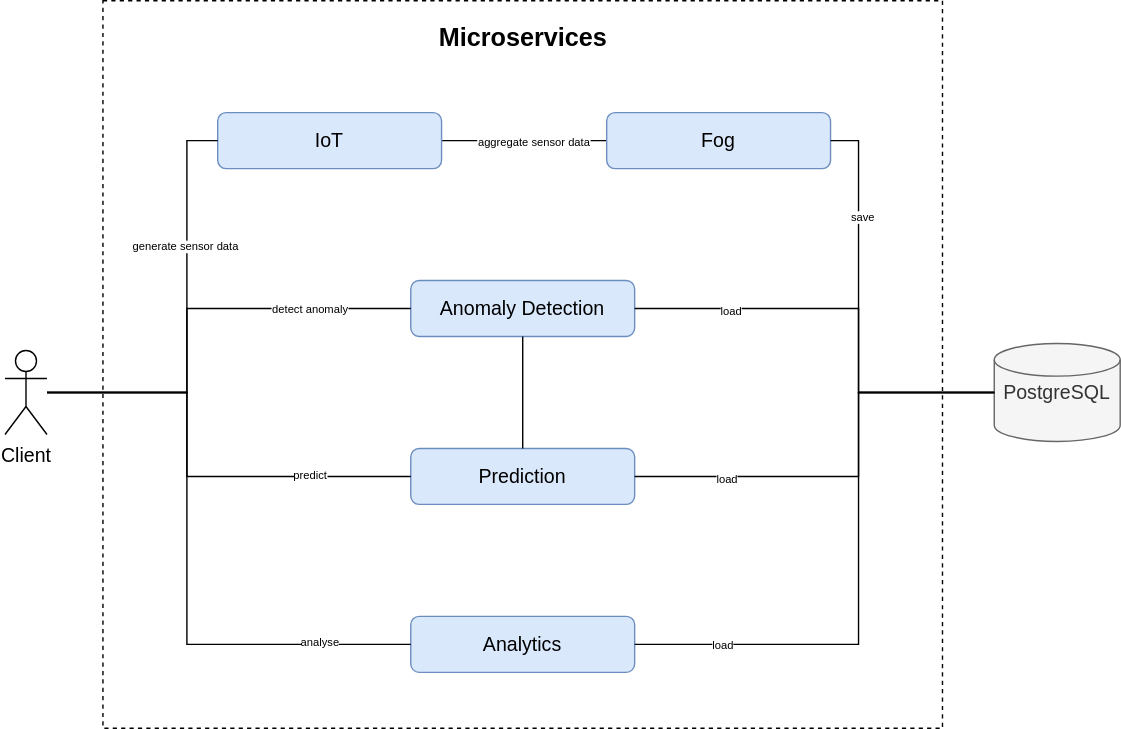
akbotik/service-meshes-like-Istio keeps this draw.io diagram as diagrams/system_architecture.svg. Above is the earlier version. Source tidied: cells renumbered, new cells last; positions are measured from the earlier drawing's top-left corner, leaving out a move shared by most shapes.
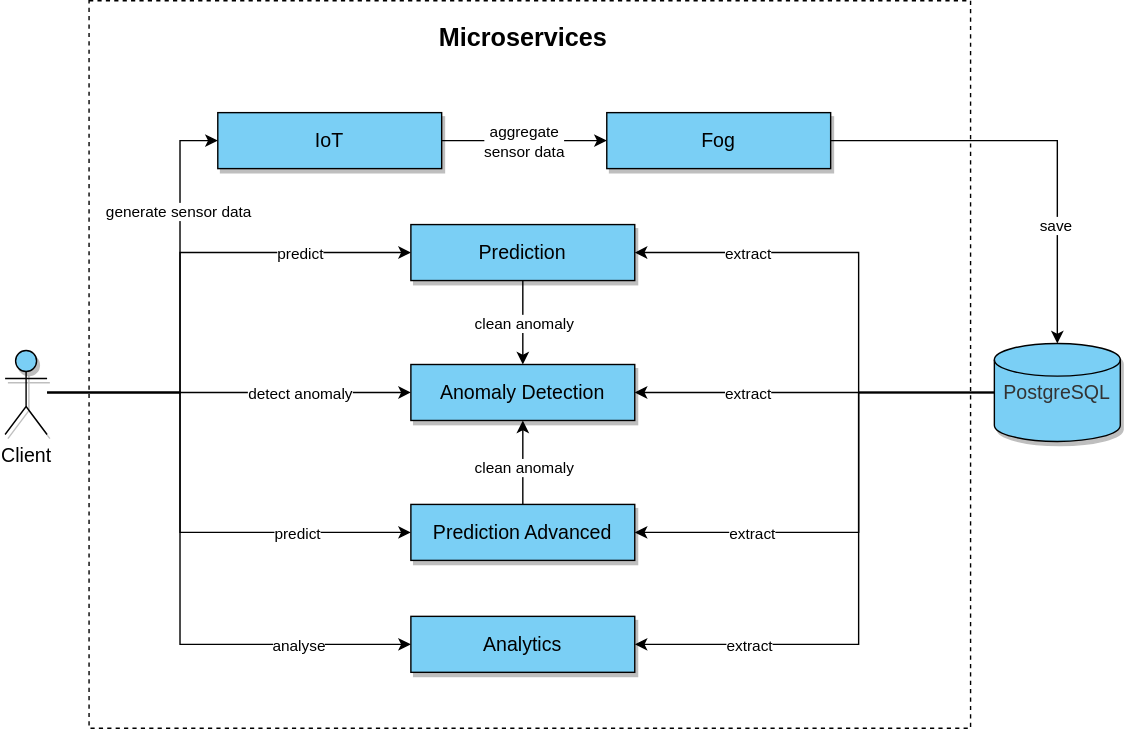
The same file after the commit.

Commit message:
Add system architecture

Diff of the diagram source:
```diff
@@ -3,137 +3,186 @@
     <mxCell id="0" />
     <mxCell id="1" parent="0" />
     <mxCell id="2" style="rounded=0;whiteSpace=wrap;html=1;fontSize=12;strokeWidth=1;fillColor=none;dashed=1;glass=0;" parent="1" vertex="1">
-      <mxGeometry x="70" width="600" height="520" as="geometry" />
+      <mxGeometry x="60" width="630" height="520" as="geometry" />
     </mxCell>
-    <mxCell id="3" value="&lt;span style=&quot;text-indent: -24px; font-size: 14px;&quot;&gt;&lt;font style=&quot;font-size: 14px;&quot;&gt;PostgreSQL&lt;/font&gt;&lt;/span&gt;" style="strokeWidth=1;html=1;shape=mxgraph.flowchart.database;whiteSpace=wrap;align=center;fillColor=#f5f5f5;fontColor=#333333;strokeColor=#666666;fontSize=14;" parent="1" vertex="1">
+    <mxCell id="3" value="&lt;span style=&quot;text-indent: -24px; font-size: 14px;&quot;&gt;&lt;font style=&quot;font-size: 14px;&quot;&gt;PostgreSQL&lt;/font&gt;&lt;/span&gt;" style="strokeWidth=1;html=1;shape=mxgraph.flowchart.database;whiteSpace=wrap;align=center;fillColor=#7ACFF5;fontColor=#333333;strokeColor=#000000;fontSize=14;shadow=1;" parent="1" vertex="1">
       <mxGeometry x="707" y="245" width="90" height="70" as="geometry" />
     </mxCell>
-    <mxCell id="4" value="Client" style="shape=umlActor;verticalLabelPosition=bottom;verticalAlign=top;html=1;outlineConnect=0;fontSize=14;" parent="1" vertex="1">
+    <mxCell id="4" value="Client" style="shape=umlActor;verticalLabelPosition=bottom;verticalAlign=top;html=1;outlineConnect=0;fontSize=14;fillColor=#7ACFF5;shadow=1;" parent="1" vertex="1">
       <mxGeometry y="250" width="30" height="60" as="geometry" />
     </mxCell>
-    <mxCell id="5" style="edgeStyle=orthogonalEdgeStyle;rounded=0;jettySize=auto;html=1;endArrow=none;endFill=0;" parent="1" edge="1" source="7" target="8">
+    <mxCell id="5" style="edgeStyle=orthogonalEdgeStyle;rounded=0;jettySize=auto;html=1;endArrow=classic;endFill=1;" parent="1" edge="1" source="7" target="8">
       <mxGeometry relative="1" as="geometry" />
     </mxCell>
-    <mxCell id="6" value="aggregate sensor data" style="edgeLabel;html=1;align=center;verticalAlign=middle;fontSize=8;fontColor=#000000;" parent="5" vertex="1">
+    <mxCell id="6" value="aggregate &lt;br&gt;sensor data" style="edgeLabel;html=1;align=center;verticalAlign=middle;fontSize=11;fontColor=#000000;" parent="5" vertex="1">
       <mxGeometry x="0.31" y="-1" relative="1" as="geometry">
-        <mxPoint x="-12" y="-1" as="offset" />
+        <mxPoint x="-19" y="-1" as="offset" />
       </mxGeometry>
     </mxCell>
-    <mxCell id="7" value="IoT" style="rounded=1;whiteSpace=wrap;html=1;fillColor=#dae8fc;strokeColor=#6c8ebf;fontSize=14;" parent="1" vertex="1">
+    <mxCell id="7" value="IoT" style="rounded=0;whiteSpace=wrap;html=1;fontSize=14;labelBackgroundColor=none;glass=0;shadow=1;fillColor=#7ACFF5;" parent="1" vertex="1">
       <mxGeometry x="152" y="80" width="160" height="40" as="geometry" />
     </mxCell>
-    <mxCell id="8" value="Fog" style="rounded=1;whiteSpace=wrap;html=1;fillColor=#dae8fc;strokeColor=#6c8ebf;fontSize=14;" parent="1" vertex="1">
+    <mxCell id="8" value="Fog" style="rounded=0;whiteSpace=wrap;html=1;fontSize=14;shadow=1;sketch=0;fillColor=#7ACFF5;" parent="1" vertex="1">
       <mxGeometry x="430" y="80" width="160" height="40" as="geometry" />
     </mxCell>
-    <mxCell id="9" style="endArrow=none;html=1;rounded=0;entryX=0;entryY=0.5;entryDx=0;entryDy=0;endFill=0;" parent="1" edge="1" source="4" target="7">
+    <mxCell id="9" style="endArrow=classic;html=1;rounded=0;entryX=0;entryY=0.5;entryDx=0;entryDy=0;endFill=1;startArrow=none;startFill=0;" parent="1" edge="1" source="4" target="7">
       <mxGeometry relative="1" as="geometry">
         <Array as="points">
-          <mxPoint x="130" y="280" />
-          <mxPoint x="130" y="100" />
+          <mxPoint x="125" y="280" />
+          <mxPoint x="125" y="100" />
         </Array>
       </mxGeometry>
     </mxCell>
-    <mxCell id="10" value="generate sensor data" style="edgeLabel;html=1;align=center;verticalAlign=middle;fontSize=8;fontColor=#000000;rotation=0;" parent="9" vertex="1">
-      <mxGeometry x="0.36" y="2" relative="1" as="geometry" />
+    <mxCell id="10" value="generate sensor data" style="edgeLabel;html=1;align=center;verticalAlign=middle;fontSize=11;fontColor=#000000;rotation=0;" parent="9" vertex="1">
+      <mxGeometry x="0.36" y="2" relative="1" as="geometry">
+        <mxPoint y="-20" as="offset" />
+      </mxGeometry>
     </mxCell>
-    <mxCell id="11" value="&lt;span lang=&quot;EN-US&quot; style=&quot;line-height: 107%; font-size: 14px;&quot;&gt;&lt;font style=&quot;font-size: 14px;&quot;&gt;Analytics&lt;/font&gt;&lt;/span&gt;" style="rounded=1;whiteSpace=wrap;html=1;fillColor=#dae8fc;strokeColor=#6c8ebf;fontSize=14;" parent="1" vertex="1">
+    <mxCell id="11" value="&lt;span lang=&quot;EN-US&quot; style=&quot;line-height: 107%; font-size: 14px;&quot;&gt;&lt;font style=&quot;font-size: 14px;&quot;&gt;Analytics&lt;/font&gt;&lt;/span&gt;" style="rounded=0;whiteSpace=wrap;html=1;fontSize=14;shadow=1;fillColor=#7ACFF5;" parent="1" vertex="1">
       <mxGeometry x="290" y="440" width="160" height="40" as="geometry" />
     </mxCell>
-    <mxCell id="12" value="&lt;span lang=&quot;EN-US&quot; style=&quot;font-size: 14px; line-height: 107%;&quot;&gt;Prediction&lt;/span&gt;" style="rounded=1;whiteSpace=wrap;html=1;fontSize=14;fillColor=#dae8fc;strokeColor=#6c8ebf;" parent="1" vertex="1">
-      <mxGeometry x="290" y="320" width="160" height="40" as="geometry" />
+    <mxCell id="12" value="&lt;span lang=&quot;EN-US&quot; style=&quot;font-size: 14px; line-height: 107%;&quot;&gt;Prediction&lt;/span&gt;" style="rounded=0;whiteSpace=wrap;html=1;fontSize=14;shadow=1;fillColor=#7ACFF5;" parent="1" vertex="1">
+      <mxGeometry x="290" y="160" width="160" height="40" as="geometry" />
     </mxCell>
-    <mxCell id="13" style="endArrow=none;html=1;rounded=0;entryX=0;entryY=0.5;entryDx=0;entryDy=0;endFill=0;" parent="1" edge="1" source="4" target="11">
+    <mxCell id="13" style="endArrow=classic;html=1;rounded=0;entryX=0;entryY=0.5;entryDx=0;entryDy=0;endFill=1;" parent="1" edge="1" source="4" target="11">
       <mxGeometry relative="1" as="geometry">
         <Array as="points">
-          <mxPoint x="130" y="280" />
-          <mxPoint x="130" y="460" />
+          <mxPoint x="125" y="280" />
+          <mxPoint x="125" y="460" />
         </Array>
       </mxGeometry>
     </mxCell>
-    <mxCell id="14" value="analyse" style="edgeLabel;html=1;align=center;verticalAlign=middle;fontSize=8;fontColor=#000000;" parent="13" vertex="1">
-      <mxGeometry x="0.7" y="2" relative="1" as="geometry" />
+    <mxCell id="14" value="analyse" style="edgeLabel;html=1;align=center;verticalAlign=middle;fontSize=11;fontColor=#000000;" parent="13" vertex="1">
+      <mxGeometry x="0.7" y="2" relative="1" as="geometry">
+        <mxPoint x="-15" y="2" as="offset" />
+      </mxGeometry>
     </mxCell>
-    <mxCell id="15" style="endArrow=none;html=1;rounded=0;entryX=0;entryY=0.5;entryDx=0;entryDy=0;endFill=0;" parent="1" edge="1" source="4" target="12">
+    <mxCell id="15" style="endArrow=classic;html=1;rounded=0;entryX=0;entryY=0.5;entryDx=0;entryDy=0;endFill=1;" parent="1" edge="1" source="4" target="12">
       <mxGeometry relative="1" as="geometry">
         <Array as="points">
-          <mxPoint x="130" y="280" />
-          <mxPoint x="130" y="340" />
+          <mxPoint x="125" y="280" />
+          <mxPoint x="125" y="180" />
         </Array>
       </mxGeometry>
     </mxCell>
-    <mxCell id="16" value="predict" style="edgeLabel;html=1;align=center;verticalAlign=middle;fontSize=8;fontColor=#000000;" parent="15" vertex="1">
-      <mxGeometry x="0.54" y="2" relative="1" as="geometry" />
+    <mxCell id="16" value="predict" style="edgeLabel;html=1;align=center;verticalAlign=middle;fontSize=11;fontColor=#000000;" parent="15" vertex="1">
+      <mxGeometry x="0.54" y="2" relative="1" as="geometry">
+        <mxPoint x="2" y="2" as="offset" />
+      </mxGeometry>
     </mxCell>
-    <mxCell id="17" style="endArrow=none;html=1;rounded=0;fontSize=14;exitX=1;exitY=0.5;exitDx=0;exitDy=0;endFill=0;" parent="1" edge="1" source="8" target="3">
+    <mxCell id="17" style="endArrow=classic;html=1;rounded=0;fontSize=14;exitX=1;exitY=0.5;exitDx=0;exitDy=0;endFill=1;" parent="1" edge="1" source="8" target="3">
       <mxGeometry relative="1" as="geometry">
         <Array as="points">
           <mxPoint x="610" y="100" />
-          <mxPoint x="610" y="280" />
+          <mxPoint x="752" y="100" />
         </Array>
       </mxGeometry>
     </mxCell>
-    <mxCell id="18" value="save" style="edgeLabel;html=1;align=center;verticalAlign=middle;fontSize=8;fontColor=#000000;rotation=0;" parent="17" vertex="1">
+    <mxCell id="18" value="save" style="edgeLabel;html=1;align=center;verticalAlign=middle;fontSize=11;fontColor=#000000;rotation=0;" parent="17" vertex="1">
       <mxGeometry x="-0.5" y="1" relative="1" as="geometry">
-        <mxPoint x="1" as="offset" />
+        <mxPoint x="83" y="61" as="offset" />
       </mxGeometry>
     </mxCell>
     <mxCell id="19" value="&lt;font style=&quot;font-size: 18px&quot;&gt;Microservices&lt;/font&gt;" style="text;strokeColor=none;fillColor=none;html=1;fontSize=24;fontStyle=1;verticalAlign=middle;align=center;rounded=0;shadow=1;glass=0;dashed=1;sketch=1;" parent="1" vertex="1">
       <mxGeometry x="275" width="190" height="50" as="geometry" />
     </mxCell>
-    <mxCell id="20" value="&lt;span lang=&quot;EN-US&quot; style=&quot;font-size: 14px; line-height: 107%;&quot;&gt;Anomaly Detection&lt;/span&gt;" style="rounded=1;whiteSpace=wrap;html=1;fontSize=14;fillColor=#dae8fc;strokeColor=#6c8ebf;" parent="1" vertex="1">
-      <mxGeometry x="290" y="200" width="160" height="40" as="geometry" />
+    <mxCell id="20" value="&lt;span lang=&quot;EN-US&quot; style=&quot;font-size: 14px; line-height: 107%;&quot;&gt;Anomaly Detection&lt;/span&gt;" style="rounded=0;whiteSpace=wrap;html=1;fontSize=14;shadow=1;fillColor=#7ACFF5;" parent="1" vertex="1">
+      <mxGeometry x="290" y="260" width="160" height="40" as="geometry" />
     </mxCell>
-    <mxCell id="21" style="endArrow=none;html=1;rounded=0;entryX=0;entryY=0.5;entryDx=0;entryDy=0;endFill=0;" parent="1" edge="1" source="4" target="20">
+    <mxCell id="21" style="endArrow=classic;html=1;rounded=0;entryX=0;entryY=0.5;entryDx=0;entryDy=0;endFill=1;" parent="1" edge="1" source="4" target="20">
       <mxGeometry relative="1" as="geometry">
         <Array as="points">
-          <mxPoint x="130" y="280" />
-          <mxPoint x="130" y="220" />
+          <mxPoint x="125" y="280" />
         </Array>
       </mxGeometry>
     </mxCell>
-    <mxCell id="22" value="detect anomaly" style="edgeLabel;html=1;align=center;verticalAlign=middle;fontSize=8;fontColor=#000000;" parent="21" vertex="1">
+    <mxCell id="22" value="detect anomaly" style="edgeLabel;html=1;align=center;verticalAlign=middle;fontSize=11;fontColor=#000000;" parent="21" vertex="1">
       <mxGeometry x="0.76" relative="1" as="geometry">
-        <mxPoint x="-34" as="offset" />
+        <mxPoint x="-48" as="offset" />
       </mxGeometry>
     </mxCell>
-    <mxCell id="23" style="endArrow=none;html=1;rounded=0;exitX=1;exitY=0.5;exitDx=0;exitDy=0;endFill=0;" parent="1" edge="1" source="11" target="3">
+    <mxCell id="23" style="endArrow=none;html=1;rounded=0;exitX=1;exitY=0.5;exitDx=0;exitDy=0;endFill=0;startArrow=classic;startFill=1;" parent="1" edge="1" source="11" target="3">
       <mxGeometry relative="1" as="geometry">
         <Array as="points">
-          <mxPoint x="520" y="460" />
           <mxPoint x="610" y="460" />
           <mxPoint x="610" y="280" />
         </Array>
       </mxGeometry>
     </mxCell>
-    <mxCell id="24" value="load" style="edgeLabel;html=1;align=center;verticalAlign=middle;fontSize=8;fontColor=#000000;" parent="23" vertex="1">
+    <mxCell id="24" value="extract" style="edgeLabel;html=1;align=center;verticalAlign=middle;fontSize=11;fontColor=#000000;" parent="23" vertex="1">
       <mxGeometry x="-0.75" y="-1" relative="1" as="geometry">
-        <mxPoint x="7" y="-1" as="offset" />
+        <mxPoint x="25" y="-1" as="offset" />
       </mxGeometry>
     </mxCell>
-    <mxCell id="25" style="endArrow=none;html=1;rounded=0;exitX=0.5;exitY=0;exitDx=0;exitDy=0;endFill=0;" parent="1" edge="1" source="12" target="20">
+    <mxCell id="25" style="endArrow=classic;html=1;rounded=0;endFill=1;" parent="1" edge="1" source="12" target="20">
       <mxGeometry relative="1" as="geometry" />
     </mxCell>
+    <mxCell id="30" value="clean anomaly" style="edgeLabel;html=1;align=center;verticalAlign=middle;" parent="25" vertex="1">
+      <mxGeometry x="0.41" y="-2" relative="1" as="geometry">
+        <mxPoint x="2" y="-12" as="offset" />
+      </mxGeometry>
+    </mxCell>
-    <mxCell id="26" style="endArrow=none;html=1;rounded=0;exitX=1;exitY=0.5;exitDx=0;exitDy=0;" parent="1" edge="1" source="20" target="3">
+    <mxCell id="26" style="endArrow=none;html=1;rounded=0;exitX=1;exitY=0.5;exitDx=0;exitDy=0;startArrow=classic;startFill=1;" parent="1" edge="1" source="20" target="3">
       <mxGeometry relative="1" as="geometry">
         <Array as="points">
-          <mxPoint x="610" y="220" />
           <mxPoint x="610" y="280" />
         </Array>
       </mxGeometry>
     </mxCell>
-    <mxCell id="27" value="load" style="edgeLabel;html=1;align=center;verticalAlign=middle;fontSize=8;fontColor=#000000;" parent="26" vertex="1">
-      <mxGeometry x="-0.57" y="-1" relative="1" as="geometry" />
+    <mxCell id="27" value="extract" style="edgeLabel;html=1;align=center;verticalAlign=middle;fontSize=11;fontColor=#000000;" parent="26" vertex="1">
+      <mxGeometry x="-0.57" y="-1" relative="1" as="geometry">
+        <mxPoint x="25" y="-1" as="offset" />
+      </mxGeometry>
     </mxCell>
-    <mxCell id="28" style="endArrow=none;html=1;rounded=0;exitX=1;exitY=0.5;exitDx=0;exitDy=0;entryX=0;entryY=0.5;entryDx=0;entryDy=0;entryPerimeter=0;" parent="1" edge="1" source="12" target="3">
+    <mxCell id="28" style="endArrow=none;html=1;rounded=0;exitX=1;exitY=0.5;exitDx=0;exitDy=0;entryX=0;entryY=0.5;entryDx=0;entryDy=0;entryPerimeter=0;startArrow=classic;startFill=1;" parent="1" edge="1" source="12" target="3">
       <mxGeometry relative="1" as="geometry">
         <Array as="points">
-          <mxPoint x="610" y="340" />
+          <mxPoint x="610" y="180" />
           <mxPoint x="610" y="280" />
         </Array>
       </mxGeometry>
     </mxCell>
-    <mxCell id="29" value="load" style="edgeLabel;html=1;align=center;verticalAlign=middle;fontSize=8;fontColor=#000000;" parent="28" vertex="1">
-      <mxGeometry x="-0.58" y="-1" relative="1" as="geometry" />
+    <mxCell id="29" value="extract" style="edgeLabel;html=1;align=center;verticalAlign=middle;fontSize=11;fontColor=#000000;" parent="28" vertex="1">
+      <mxGeometry x="-0.58" y="-1" relative="1" as="geometry">
+        <mxPoint x="5" y="-1" as="offset" />
+      </mxGeometry>
     </mxCell>
+    <mxCell id="31" value="&lt;span lang=&quot;EN-US&quot; style=&quot;font-size: 14px; line-height: 107%;&quot;&gt;Prediction Advanced&lt;/span&gt;" style="rounded=0;whiteSpace=wrap;html=1;fontSize=14;shadow=1;fillColor=#7ACFF5;" parent="1" vertex="1">
+      <mxGeometry x="290" y="360" width="160" height="40" as="geometry" />
+    </mxCell>
+    <mxCell id="32" style="endArrow=classic;html=1;rounded=0;endFill=1;entryX=0;entryY=0.5;entryDx=0;entryDy=0;" parent="1" edge="1" source="4" target="31">
+      <mxGeometry relative="1" as="geometry">
+        <Array as="points">
+          <mxPoint x="125" y="280" />
+          <mxPoint x="125" y="380" />
+        </Array>
+      </mxGeometry>
+    </mxCell>
+    <mxCell id="33" value="predict" style="edgeLabel;html=1;align=center;verticalAlign=middle;fontSize=11;fontColor=#000000;" parent="32" vertex="1">
+      <mxGeometry x="0.54" y="2" relative="1" as="geometry">
+        <mxPoint y="2" as="offset" />
+      </mxGeometry>
+    </mxCell>
+    <mxCell id="34" style="endArrow=none;html=1;rounded=0;startArrow=classic;startFill=1;" parent="1" edge="1" source="31" target="3">
+      <mxGeometry relative="1" as="geometry">
+        <Array as="points">
+          <mxPoint x="610" y="380" />
+          <mxPoint x="610" y="280" />
+        </Array>
+      </mxGeometry>
+    </mxCell>
+    <mxCell id="35" value="extract" style="edgeLabel;html=1;align=center;verticalAlign=middle;fontSize=11;fontColor=#000000;" parent="34" vertex="1">
+      <mxGeometry x="-0.58" y="-1" relative="1" as="geometry">
+        <mxPoint x="8" y="-1" as="offset" />
+      </mxGeometry>
+    </mxCell>
+    <mxCell id="36" style="endArrow=classic;html=1;rounded=0;endFill=1;entryX=0.5;entryY=1;entryDx=0;entryDy=0;" parent="1" edge="1" source="31" target="20">
+      <mxGeometry relative="1" as="geometry" />
+    </mxCell>
+    <mxCell id="37" value="clean anomaly" style="edgeLabel;html=1;align=center;verticalAlign=middle;" parent="36" vertex="1">
+      <mxGeometry x="0.41" y="-2" relative="1" as="geometry">
+        <mxPoint x="-2" y="15" as="offset" />
+      </mxGeometry>
+    </mxCell>
   </root>
 </mxGraphModel>
```
